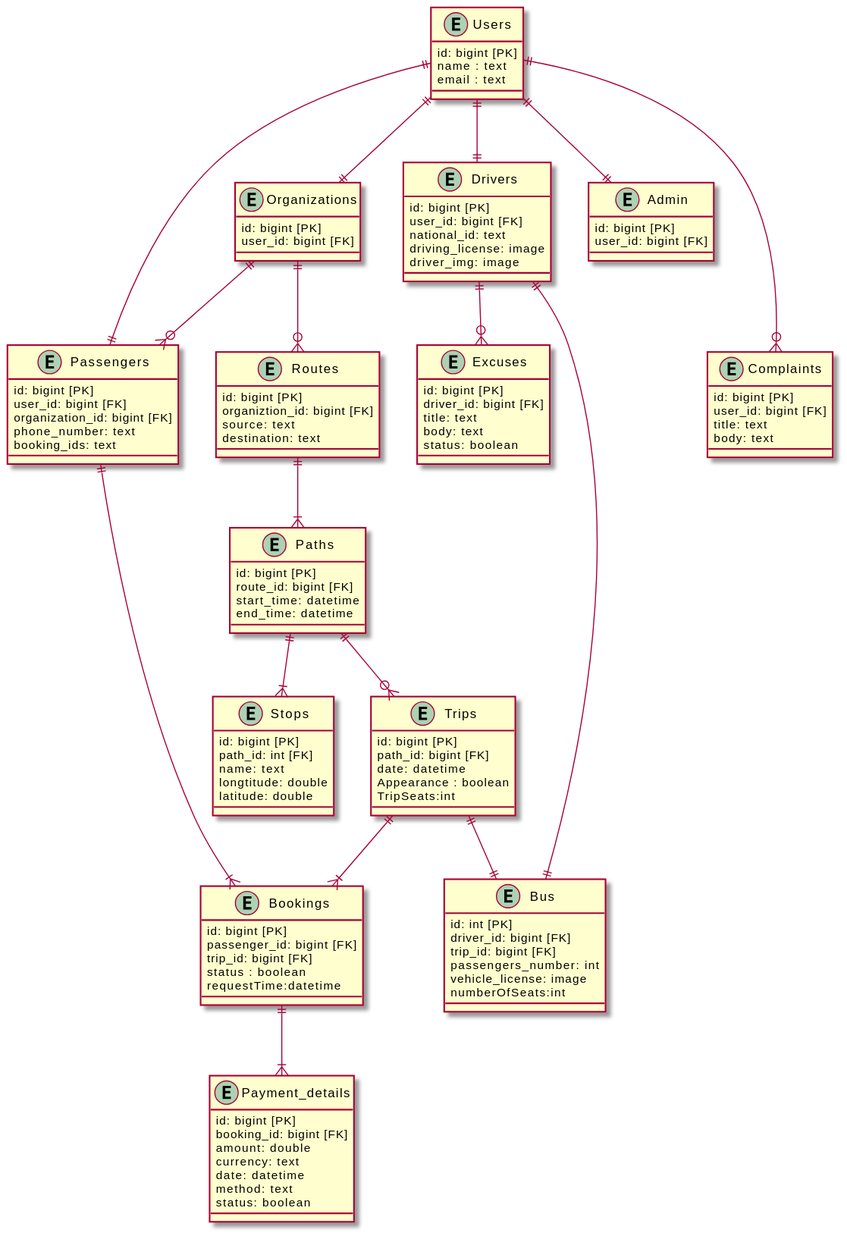
Earlier version of the PlantUML export erd.svg (moazbasheer/BaaS_GP).
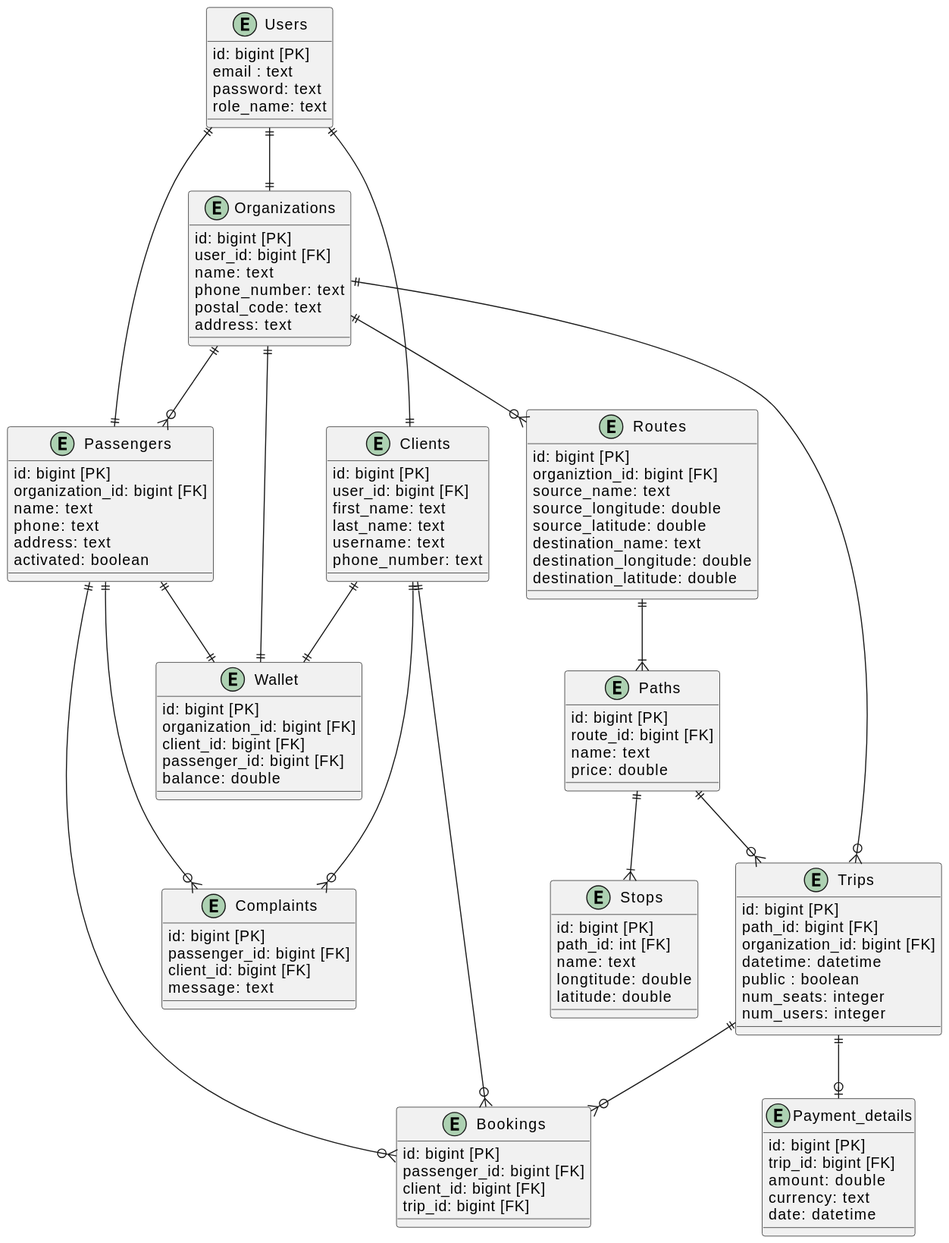
The same diagram one commit later.

The edit, as a diff of the source:
```diff
@@ -1,52 +1,51 @@
 @startuml erd
 entity Users {
   id: bigint [PK]
-  name : text
   email : text
+  password: text
+  role_name: text
 }
 entity Passengers {
   id: bigint [PK]
+  organization_id: bigint [FK]
+  name: text
+  phone: text
+  address: text
+  activated: boolean
+}
+entity Clients {
+  id: bigint [PK]
   user_id: bigint [FK]
-  organization_id: bigint [FK]
+  first_name: text
+  last_name: text
+  username: text
   phone_number: text
-  booking_ids: text
+
 }
-
 entity Organizations {
   id: bigint [PK]
   user_id: bigint [FK]
+  name: text
+  phone_number: text
+  postal_code: text
+  address: text
 }
 
-entity Drivers {
-  id: bigint [PK]
-  user_id: bigint [FK]
-  national_id: text
-  driving_license: image
-  driver_img: image
-}
-entity Admin {
-  id: bigint [PK]
-  user_id: bigint [FK]
-}
-entity Excuses {
-  id: bigint [PK]
-  driver_id: bigint [FK]
-  title: text
-  body: text
-  status: boolean
-}
 entity Routes {
   id: bigint [PK]
   organiztion_id: bigint [FK]
-  source: text
-  destination: text
-
+  source_name: text
+  source_longitude: double
+  source_latitude: double
+  destination_name: text
+  destination_longitude: double
+  destination_latitude: double
 }
 entity Paths {
   id: bigint [PK]
   route_id: bigint [FK]
-  start_time: datetime
-  end_time: datetime
+  name: text
+  price: double
 }
 entity Stops {
   id: bigint [PK]
@@ -55,63 +54,62 @@
   longtitude: double
   latitude: double
 }
-entity Bus {
-  id: int [PK]
-  driver_id: bigint [FK]
-  trip_id: bigint [FK]
-  passengers_number: int
-  vehicle_license: image
-  numberOfSeats:int
-}
 entity Bookings {
   id: bigint [PK]
   passenger_id: bigint [FK]
+  client_id: bigint [FK]
   trip_id: bigint [FK]
-  status : boolean
-  requestTime:datetime
+
 }
-
+entity Wallet {
+  id: bigint [PK]
+  organization_id: bigint [FK]
+  client_id: bigint [FK]
+  passenger_id: bigint [FK]
+  balance: double
+}
 entity Trips {
   id: bigint [PK]
   path_id: bigint [FK]
-  date: datetime
-  Appearance : boolean
-  TripSeats:int
+  organization_id: bigint [FK]
+  datetime: datetime
+  public : boolean
+  num_seats: integer
+  num_users: integer
 }
 entity Complaints {
   id: bigint [PK]
-  user_id: bigint [FK]
-  title: text
-  body: text
+  passenger_id: bigint [FK]
+  client_id: bigint [FK]
+  message: text
 }
 entity Payment_details {
   id: bigint [PK]
-  booking_id: bigint [FK]
+  trip_id: bigint [FK]
   amount: double
   currency: text
   date: datetime
-  method: text
-  status: boolean
 }
 Users ||--|| Passengers
-Users ||--|| Drivers
 Users ||--|| Organizations
-Users ||--|| Admin
+Users ||--|| Clients
+Passengers ||---o{ Complaints
+Clients ||---o{ Complaints
 
-Users ||---o{ Complaints
 Organizations ||--o{ Passengers
 Organizations ||--o{ Routes
-Drivers ||--o{ Excuses
-Bookings ||--|{ Payment_details
+Organizations ||--o{ Trips
+Organizations ||--|| Wallet
+Passengers ||--|| Wallet
+Clients ||--|| Wallet
+Trips ||--o| Payment_details
 
 Routes ||--|{ Paths
 Paths ||--|{ Stops
 Paths ||--o{ Trips
-Trips ||--|| Bus
-Drivers ||--|| Bus
-
-Passengers ||--|{ Bookings
-Trips ||--|{ Bookings
+Passengers ||--o{ Bookings
+Clients ||--o{ Bookings
+Trips ||--o{ Bookings
 
 
 @enduml
```
